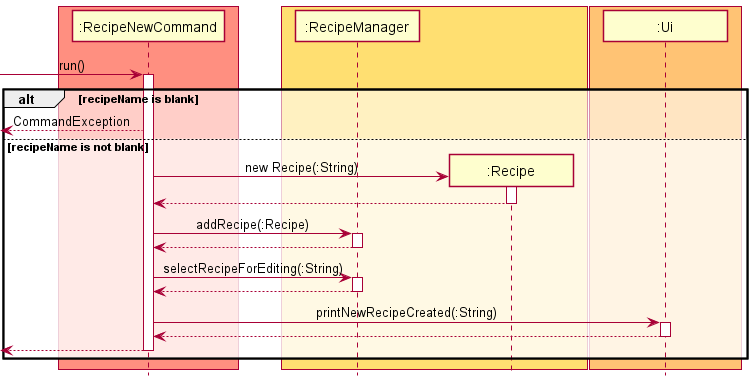
Above: docs/images/dg/RecipeNewCommand.png in rizemon/tp (PlantUML), before the change.
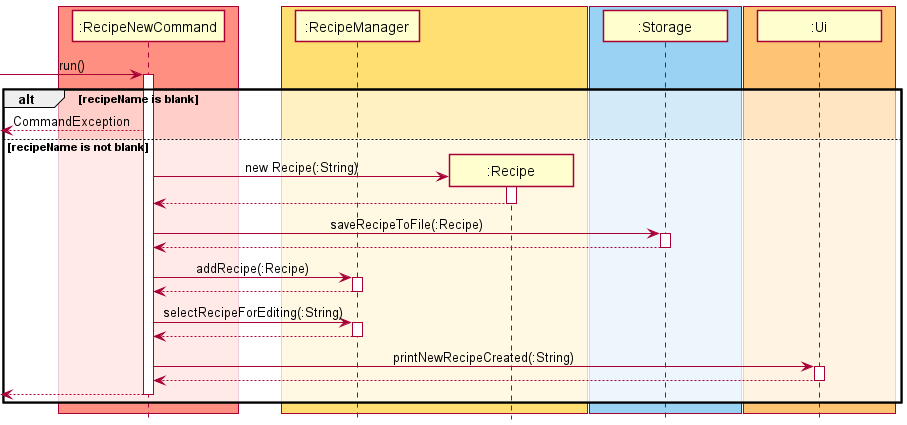
After the commit.

The edit, as a diff of the source:
```diff
@@ -7,6 +7,9 @@
 box RECIPE_COLOR
 Participant ":RecipeManager" as RecipeManager
 Participant ":Recipe" as Recipe
+end box
+box STORAGE_COLOR
+Participant ":Storage" as Storage
 end box
 box UI_COLOR
 Participant ":Ui" as Ui
@@ -23,6 +26,11 @@
   activate Recipe
   RecipeNewCommand <-- Recipe
   deactivate Recipe
+
+  RecipeNewCommand -> Storage: saveRecipeToFile(:Recipe)
+  activate Storage
+  RecipeNewCommand <-- Storage
+  deactivate Storage
 
   RecipeNewCommand -> RecipeManager: addRecipe(:Recipe)
   activate RecipeManager
```
